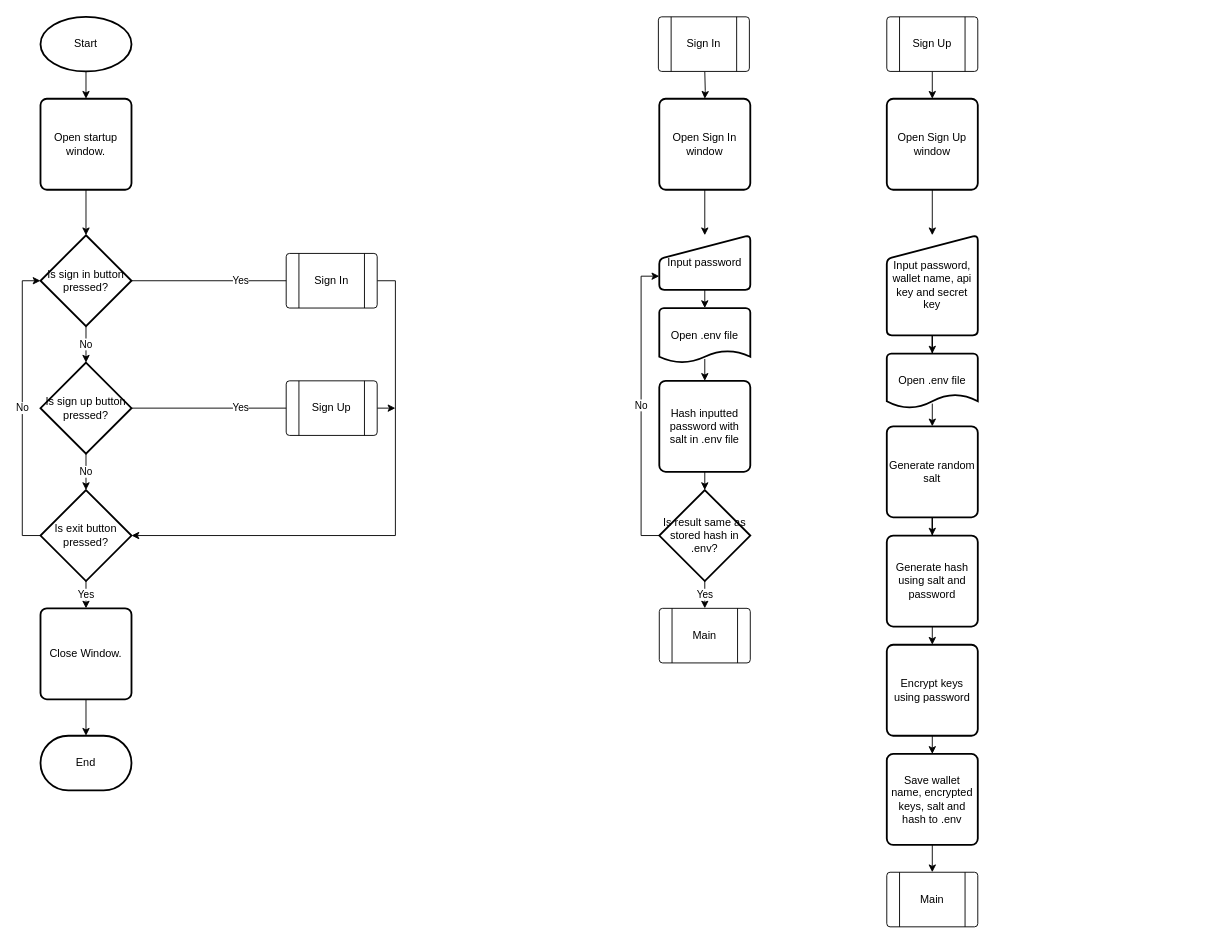
Earlier version of the draw.io diagram NEA.drawio (SparkyRobin/NEA). Source tidied: cells renumbered, new cells numbered last; positions are measured from the earlier drawing's top-left corner, leaving out a move shared by most shapes. Both pictures are drawn from the tidied source at 91%, with x=0, y=0 at pixel (40, 16).
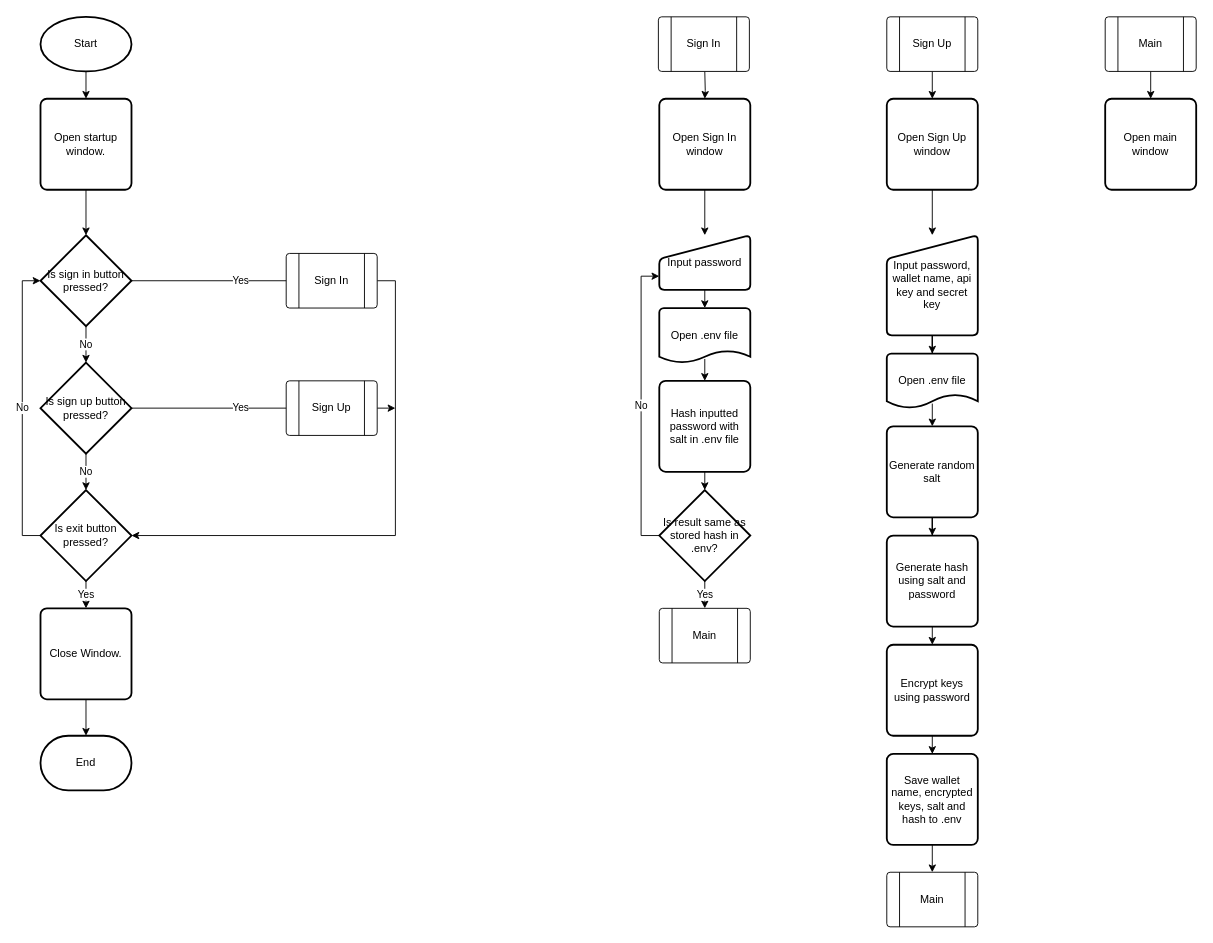
The same page after the edit.

Diff of the diagram source:
```diff
@@
+    <mxCell id="53" style="edgeStyle=orthogonalEdgeStyle;rounded=0;jettySize=auto;html=1;exitX=0.5;exitY=1;exitDx=0;exitDy=0;entryX=0.5;entryY=0;entryDx=0;entryDy=0;" parent="1" edge="1" source="54" target="55">
+      <mxGeometry relative="1" as="geometry" />
+    </mxCell>
+    <mxCell id="54" value="Main" style="verticalLabelPosition=middle;verticalAlign=middle;html=1;shape=process;whiteSpace=wrap;rounded=1;size=0.14;arcSize=6;labelPosition=center;align=center;" parent="1" vertex="1">
+      <mxGeometry x="1170" width="100" height="60" as="geometry" />
+    </mxCell>
+    <mxCell id="55" value="Open main window" style="rounded=1;whiteSpace=wrap;html=1;absoluteArcSize=1;arcSize=14;strokeWidth=2;" parent="1" vertex="1">
+      <mxGeometry x="1170" y="90" width="100" height="100" as="geometry" />
+    </mxCell>
```
